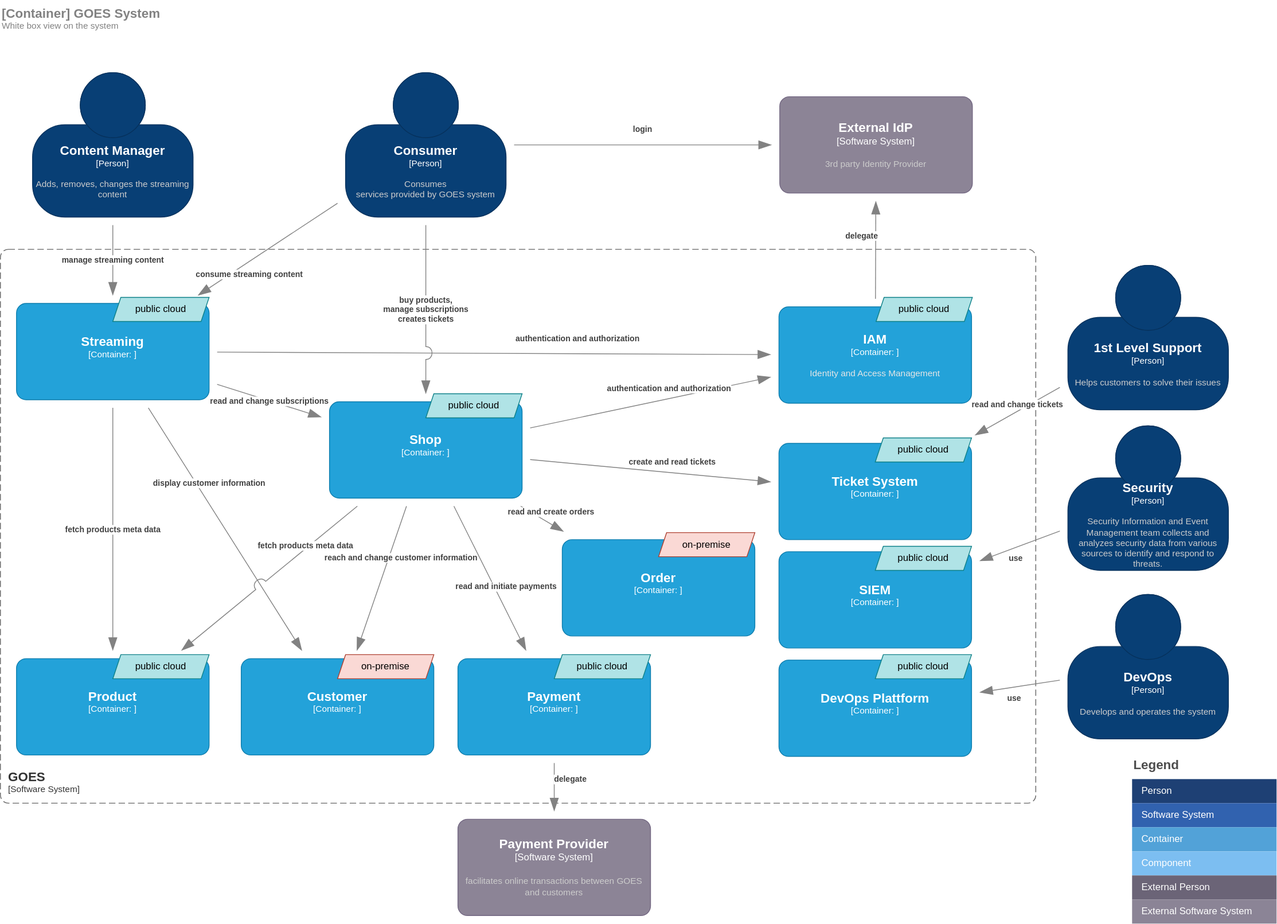
wschaef/goes-architecture keeps this draw.io diagram as img/Container.drawio.svg. Above is the earlier version. Source tidied: cells renumbered, new cells last; positions are measured from the earlier drawing's top-left corner, leaving out a move shared by most shapes.
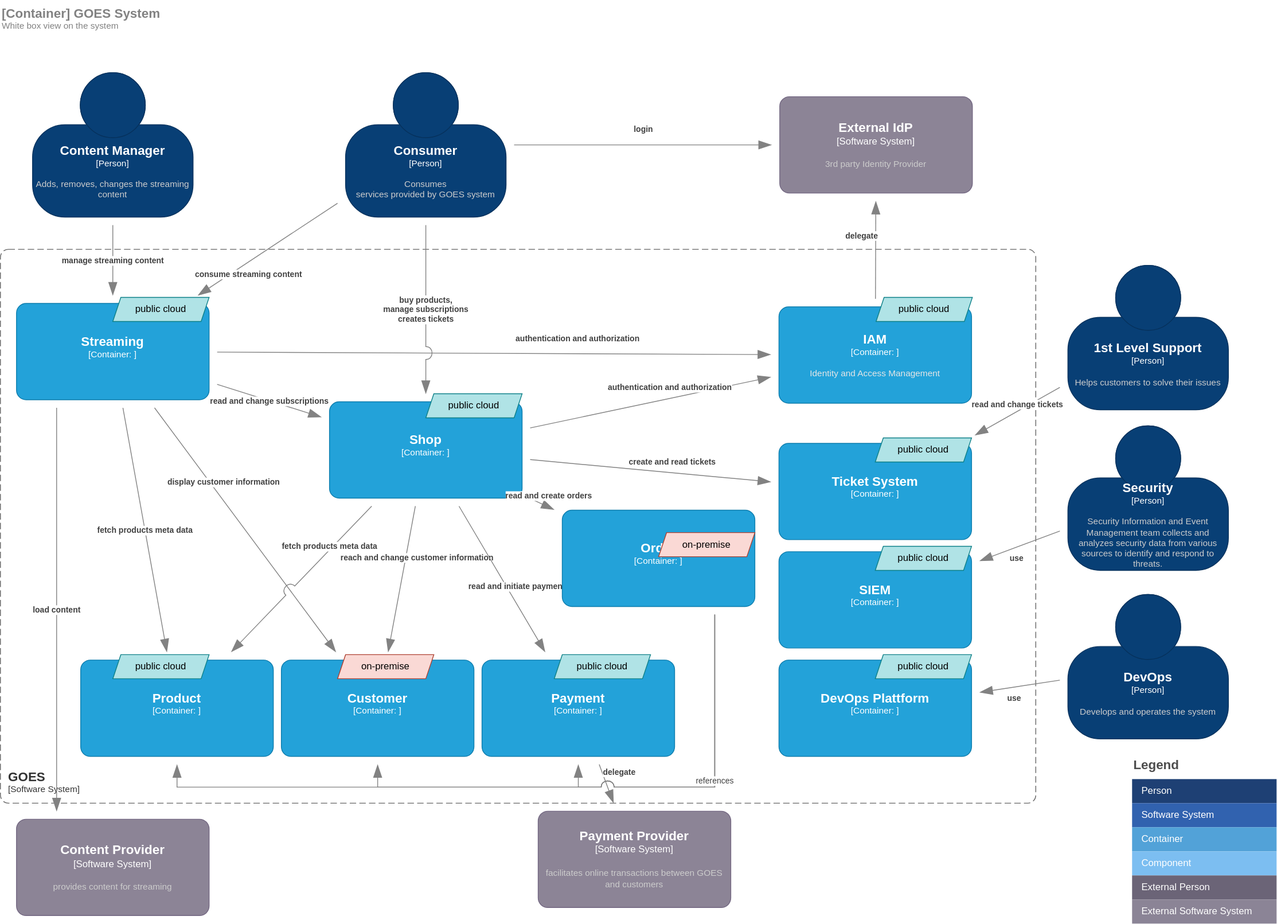
After the commit.

The edit, as a diff of the source:
```diff
@@ -19,7 +19,7 @@
     </object>
     <object id="5" label="&lt;font style=&quot;font-size: 16px&quot;&gt;&lt;b&gt;%c4Name%&lt;/b&gt;&lt;/font&gt;&lt;div&gt;[%c4Type%]&lt;/div&gt;&lt;br&gt;&lt;div&gt;&lt;font style=&quot;font-size: 11px&quot;&gt;&lt;font color=&quot;#cccccc&quot;&gt;%c4Description%&lt;/font&gt;&lt;/div&gt;" c4Description="facilitates online transactions between GOES and customers" c4Name="Payment Provider" c4Type="Software System" placeholders="1">
       <mxCell style="rounded=1;whiteSpace=wrap;html=1;labelBackgroundColor=none;fillColor=#8C8496;fontColor=#ffffff;align=center;arcSize=10;strokeColor=#736782;points=[[0.25,0,0],[0.5,0,0],[0.75,0,0],[1,0.25,0],[1,0.5,0],[1,0.75,0],[0.75,1,0],[0.5,1,0],[0.25,1,0],[0,0.75,0],[0,0.5,0],[0,0.25,0]];" parent="1" vertex="1">
-        <mxGeometry x="570" y="1020" width="240" height="120" as="geometry" />
+        <mxGeometry x="670" y="1010" width="240" height="120" as="geometry" />
       </mxCell>
     </object>
     <object id="6" label="&lt;font style=&quot;font-size: 16px&quot;&gt;&lt;b&gt;%c4Name%&lt;/b&gt;&lt;/font&gt;&lt;div&gt;[%c4Type%]&lt;/div&gt;&lt;br&gt;&lt;div&gt;&lt;font style=&quot;font-size: 11px&quot;&gt;&lt;font color=&quot;#cccccc&quot;&gt;%c4Description%&lt;/font&gt;&lt;/div&gt;" c4Description="3rd party Identity Provider" c4Name="External IdP" c4Type="Software System" placeholders="1">
@@ -69,17 +69,17 @@
     </object>
     <object id="15" label="&lt;font style=&quot;font-size: 16px&quot;&gt;&lt;b&gt;%c4Name%&lt;/b&gt;&lt;/font&gt;&lt;div&gt;[%c4Type%: %c4Technology%]&lt;/div&gt;&lt;br&gt;&lt;div&gt;&lt;font style=&quot;font-size: 11px&quot;&gt;&lt;font color=&quot;#E6E6E6&quot;&gt;%c4Description%&lt;/font&gt;&lt;/div&gt;" c4Description="" c4Name="Payment" c4Technology="" c4Type="Container" placeholders="1">
       <mxCell style="rounded=1;whiteSpace=wrap;html=1;fontSize=11;labelBackgroundColor=none;fillColor=#23A2D9;fontColor=#ffffff;align=center;arcSize=10;strokeColor=#0E7DAD;points=[[0.25,0,0],[0.5,0,0],[0.75,0,0],[1,0.25,0],[1,0.5,0],[1,0.75,0],[0.75,1,0],[0.5,1,0],[0.25,1,0],[0,0.75,0],[0,0.5,0],[0,0.25,0]];fontFamily=Helvetica;" parent="1" vertex="1">
-        <mxGeometry x="570" y="820" width="240" height="120" as="geometry" />
+        <mxGeometry x="600" y="821.8" width="240" height="120" as="geometry" />
       </mxCell>
     </object>
     <object id="16" label="&lt;font style=&quot;font-size: 16px&quot;&gt;&lt;b&gt;%c4Name%&lt;/b&gt;&lt;/font&gt;&lt;div&gt;[%c4Type%: %c4Technology%]&lt;/div&gt;&lt;br&gt;&lt;div&gt;&lt;font style=&quot;font-size: 11px&quot;&gt;&lt;font color=&quot;#E6E6E6&quot;&gt;%c4Description%&lt;/font&gt;&lt;/div&gt;" c4Description="" c4Name="Product" c4Technology="" c4Type="Container" placeholders="1">
       <mxCell style="rounded=1;whiteSpace=wrap;html=1;fontSize=11;labelBackgroundColor=none;fillColor=#23A2D9;fontColor=#ffffff;align=center;arcSize=10;strokeColor=#0E7DAD;points=[[0.25,0,0],[0.5,0,0],[0.75,0,0],[1,0.25,0],[1,0.5,0],[1,0.75,0],[0.75,1,0],[0.5,1,0],[0.25,1,0],[0,0.75,0],[0,0.5,0],[0,0.25,0]];fontFamily=Helvetica;" parent="1" vertex="1">
-        <mxGeometry x="20" y="820" width="240" height="120" as="geometry" />
+        <mxGeometry x="100" y="821.8" width="240" height="120" as="geometry" />
       </mxCell>
     </object>
     <object id="17" label="&lt;font style=&quot;font-size: 16px&quot;&gt;&lt;b&gt;%c4Name%&lt;/b&gt;&lt;/font&gt;&lt;div&gt;[%c4Type%: %c4Technology%]&lt;/div&gt;&lt;br&gt;&lt;div&gt;&lt;font style=&quot;font-size: 11px&quot;&gt;&lt;font color=&quot;#E6E6E6&quot;&gt;%c4Description%&lt;/font&gt;&lt;/div&gt;" c4Description="" c4Name="Customer" c4Technology="" c4Type="Container" placeholders="1">
       <mxCell style="rounded=1;whiteSpace=wrap;html=1;fontSize=11;labelBackgroundColor=none;fillColor=#23A2D9;fontColor=#ffffff;align=center;arcSize=10;strokeColor=#0E7DAD;points=[[0.25,0,0],[0.5,0,0],[0.75,0,0],[1,0.25,0],[1,0.5,0],[1,0.75,0],[0.75,1,0],[0.5,1,0],[0.25,1,0],[0,0.75,0],[0,0.5,0],[0,0.25,0]];fontFamily=Helvetica;" parent="1" vertex="1">
-        <mxGeometry x="300" y="820" width="240" height="120" as="geometry" />
+        <mxGeometry x="350" y="821.8" width="240" height="120" as="geometry" />
       </mxCell>
     </object>
     <object id="18" label="&lt;font style=&quot;font-size: 16px&quot;&gt;&lt;b&gt;%c4Name%&lt;/b&gt;&lt;/font&gt;&lt;div&gt;[%c4Type%: %c4Technology%]&lt;/div&gt;&lt;br&gt;&lt;div&gt;&lt;font style=&quot;font-size: 11px&quot;&gt;&lt;font color=&quot;#E6E6E6&quot;&gt;%c4Description%&lt;/font&gt;&lt;/div&gt;" c4Description="Identity and Access Management" c4Name="IAM" c4Technology="" c4Type="Container" placeholders="1">
@@ -188,9 +188,33 @@
         <mxGeometry x="0.18" y="13" relative="1" as="geometry" />
       </mxCell>
     </object>
+    <mxCell id="58" style="edgeStyle=orthogonalEdgeStyle;shape=connector;rounded=0;jumpStyle=arc;jumpSize=16;html=1;labelBackgroundColor=default;strokeColor=#828282;strokeWidth=1;fontFamily=Helvetica;fontSize=10;fontColor=#404040;endArrow=blockThin;endFill=1;startSize=14;endSize=14;sourcePerimeterSpacing=10;targetPerimeterSpacing=10;elbow=vertical;" parent="1" edge="1" source="38" target="16">
+      <mxGeometry relative="1" as="geometry">
+        <Array as="points">
+          <mxPoint x="890" y="980" />
+          <mxPoint x="220" y="980" />
+        </Array>
+      </mxGeometry>
+    </mxCell>
+    <mxCell id="59" style="edgeStyle=orthogonalEdgeStyle;shape=connector;rounded=0;jumpStyle=arc;jumpSize=16;html=1;labelBackgroundColor=default;strokeColor=#828282;strokeWidth=1;fontFamily=Helvetica;fontSize=10;fontColor=#404040;endArrow=blockThin;endFill=1;startSize=14;endSize=14;sourcePerimeterSpacing=10;targetPerimeterSpacing=10;elbow=vertical;" parent="1" edge="1" source="38" target="17">
+      <mxGeometry relative="1" as="geometry">
+        <Array as="points">
+          <mxPoint x="890" y="980" />
+          <mxPoint x="470" y="980" />
+        </Array>
+      </mxGeometry>
+    </mxCell>
+    <mxCell id="60" value="references" style="edgeStyle=orthogonalEdgeStyle;shape=connector;rounded=0;jumpStyle=arc;jumpSize=16;html=1;labelBackgroundColor=default;strokeColor=#828282;strokeWidth=1;fontFamily=Helvetica;fontSize=10;fontColor=#404040;endArrow=blockThin;endFill=1;startSize=14;endSize=14;sourcePerimeterSpacing=10;targetPerimeterSpacing=10;elbow=vertical;" parent="1" edge="1" source="38" target="15">
+      <mxGeometry relative="1" as="geometry">
+        <Array as="points">
+          <mxPoint x="890" y="980" />
+          <mxPoint x="720" y="980" />
+        </Array>
+      </mxGeometry>
+    </mxCell>
     <object id="38" label="&lt;font style=&quot;font-size: 16px&quot;&gt;&lt;b&gt;%c4Name%&lt;/b&gt;&lt;/font&gt;&lt;div&gt;[%c4Type%: %c4Technology%]&lt;/div&gt;&lt;br&gt;&lt;div&gt;&lt;font style=&quot;font-size: 11px&quot;&gt;&lt;font color=&quot;#E6E6E6&quot;&gt;%c4Description%&lt;/font&gt;&lt;/div&gt;" c4Description="" c4Name="Order" c4Technology="" c4Type="Container" placeholders="1">
       <mxCell style="rounded=1;whiteSpace=wrap;html=1;fontSize=11;labelBackgroundColor=none;fillColor=#23A2D9;fontColor=#ffffff;align=center;arcSize=10;strokeColor=#0E7DAD;points=[[0.25,0,0],[0.5,0,0],[0.75,0,0],[1,0.25,0],[1,0.5,0],[1,0.75,0],[0.75,1,0],[0.5,1,0],[0.25,1,0],[0,0.75,0],[0,0.5,0],[0,0.25,0]];fontFamily=Helvetica;" parent="1" vertex="1">
-        <mxGeometry x="700" y="671.8" width="240" height="120" as="geometry" />
+        <mxGeometry x="700" y="635" width="240" height="120" as="geometry" />
       </mxCell>
     </object>
     <object id="39" label="&lt;div style=&quot;text-align: left&quot;&gt;&lt;div style=&quot;text-align: center&quot;&gt;&lt;b&gt;%c4Description%&lt;/b&gt;&lt;/div&gt;" c4Description="read and create orders" c4Type="Relationship" placeholders="1">
@@ -252,5 +276,20 @@
     <mxCell id="57" value="public cloud" style="shape=parallelogram;perimeter=parallelogramPerimeter;whiteSpace=wrap;html=1;fixedSize=1;fillColor=#b0e3e6;strokeColor=#0e8088;size=10;" parent="1" vertex="1">
       <mxGeometry x="1091" y="370" width="120" height="30" as="geometry" />
     </mxCell>
+    <object id="61" label="&lt;font style=&quot;font-size: 16px&quot;&gt;&lt;b&gt;%c4Name%&lt;/b&gt;&lt;/font&gt;&lt;div&gt;[%c4Type%]&lt;/div&gt;&lt;br&gt;&lt;div&gt;&lt;font style=&quot;font-size: 11px&quot;&gt;&lt;font color=&quot;#cccccc&quot;&gt;%c4Description%&lt;/font&gt;&lt;/div&gt;" c4Description="provides content for streaming" c4Name="Content Provider" c4Type="Software System" placeholders="1">
+      <mxCell style="rounded=1;whiteSpace=wrap;html=1;labelBackgroundColor=none;fillColor=#8C8496;fontColor=#ffffff;align=center;arcSize=10;strokeColor=#736782;points=[[0.25,0,0],[0.5,0,0],[0.75,0,0],[1,0.25,0],[1,0.5,0],[1,0.75,0],[0.75,1,0],[0.5,1,0],[0.25,1,0],[0,0.75,0],[0,0.5,0],[0,0.25,0]];" parent="1" vertex="1">
+        <mxGeometry x="20" y="1020" width="240" height="120" as="geometry" />
+      </mxCell>
+    </object>
+    <object id="62" label="&lt;div style=&quot;text-align: left&quot;&gt;&lt;div style=&quot;text-align: center&quot;&gt;&lt;b&gt;%c4Description%&lt;/b&gt;&lt;/div&gt;" c4Description="load content" c4Type="Relationship" placeholders="1">
+      <mxCell style="endArrow=blockThin;html=1;fontSize=10;fontColor=#404040;strokeWidth=1;endFill=1;strokeColor=#828282;elbow=vertical;endSize=14;startSize=14;jumpStyle=arc;jumpSize=16;rounded=0;targetPerimeterSpacing=10;sourcePerimeterSpacing=10;edgeStyle=orthogonalEdgeStyle;" parent="1" edge="1" source="12" target="61">
+        <mxGeometry relative="1" as="geometry">
+          <Array as="points">
+            <mxPoint x="70" y="770" />
+            <mxPoint x="70" y="770" />
+          </Array>
+        </mxGeometry>
+      </mxCell>
+    </object>
   </root>
 </mxGraphModel>
```
